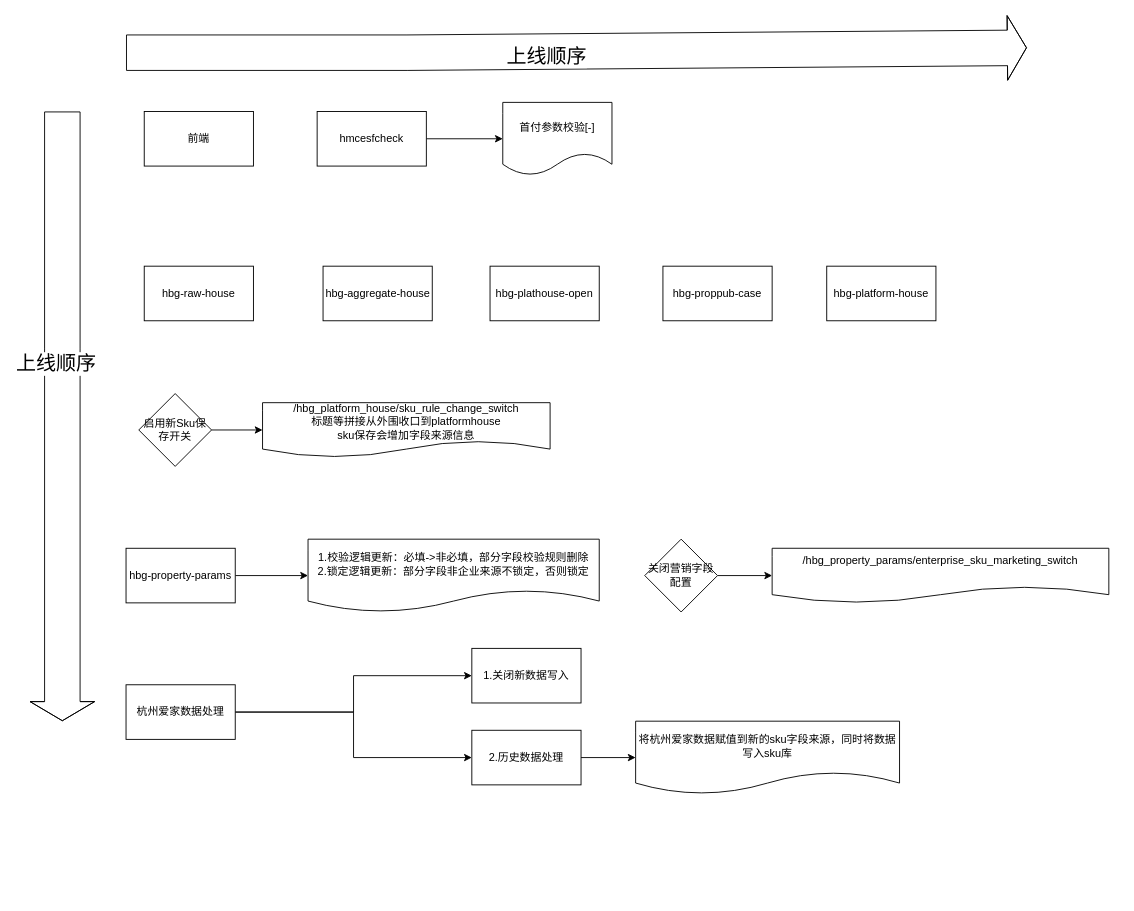
The draw.io diagram sku/sku规则改造上线流程.drawio in guyukou/drawio, before the edit. Source tidied: cells renumbered, new cells numbered last; positions are measured from the earlier drawing's top-left corner, leaving out a move shared by most shapes. Both pictures are drawn from the tidied source at 91%, with x=0, y=0 at pixel (62, 47).
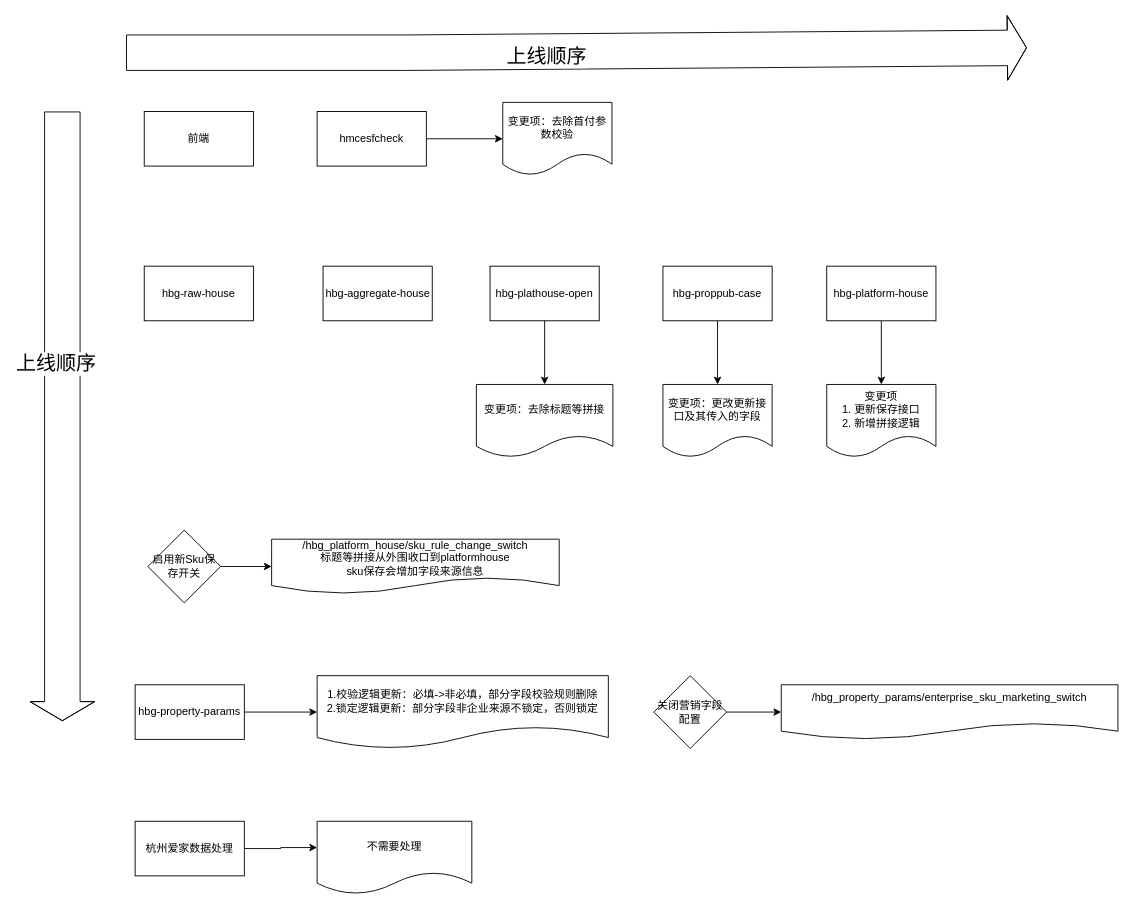
After the change.

Commit message:
Update sku规则改造上线流程.drawio

The change refers to these unchanged cells:
```xml
<mxCell id="5" value="hbg-platform-house" style="rounded=0;whiteSpace=wrap;html=1;" parent="1" vertex="1">
  <mxGeometry x="840" y="240" width="120" height="60" as="geometry" />
</mxCell>
<mxCell id="6" value="hbg-plathouse-open" style="rounded=0;whiteSpace=wrap;html=1;" parent="1" vertex="1">
  <mxGeometry x="470" y="240" width="120" height="60" as="geometry" />
</mxCell>
<mxCell id="9" value="hbg-proppub-case" style="rounded=0;whiteSpace=wrap;html=1;" parent="1" vertex="1">
  <mxGeometry x="660" y="240" width="120" height="60" as="geometry" />
</mxCell>
```

Change to the diagram source:
```diff
@@
+    <mxCell id="31" style="edgeStyle=orthogonalEdgeStyle;rounded=0;jettySize=auto;html=1;strokeColor=default;strokeWidth=1;fontSize=12;" parent="1" edge="1" source="5" target="37">
+      <mxGeometry relative="1" as="geometry" />
+    </mxCell>
@@
+    <mxCell id="32" style="edgeStyle=orthogonalEdgeStyle;rounded=0;jettySize=auto;html=1;strokeColor=default;strokeWidth=1;fontSize=12;" parent="1" edge="1" source="6" target="35">
+      <mxGeometry relative="1" as="geometry" />
+    </mxCell>
@@
     <mxCell id="8" value="hbg-property-params" style="rounded=0;whiteSpace=wrap;html=1;" parent="1" vertex="1">
-      <mxGeometry x="70" y="550" width="120" height="60" as="geometry" />
+      <mxGeometry x="80" y="700" width="120" height="60" as="geometry" />
     </mxCell>
+    <mxCell id="33" style="edgeStyle=orthogonalEdgeStyle;rounded=0;jettySize=auto;html=1;strokeColor=default;strokeWidth=1;fontSize=12;" parent="1" edge="1" source="9" target="36">
+      <mxGeometry relative="1" as="geometry" />
+    </mxCell>
@@
-    <mxCell id="11" value="首付参数校验[-]" style="shape=document;whiteSpace=wrap;html=1;boundedLbl=1;rounded=0;" parent="1" vertex="1">
+    <mxCell id="11" value="变更项：去除首付参数校验" style="shape=document;whiteSpace=wrap;html=1;boundedLbl=1;rounded=0;" parent="1" vertex="1">
       <mxGeometry x="484" y="60" width="120" height="80" as="geometry" />
     </mxCell>
@@
     <mxCell id="13" value="启用新Sku保存开关" style="rhombus;whiteSpace=wrap;html=1;" parent="1" vertex="1">
-      <mxGeometry x="84" y="380" width="80" height="80" as="geometry" />
+      <mxGeometry x="94" y="530" width="80" height="80" as="geometry" />
     </mxCell>
     <mxCell id="14" value="1.校验逻辑更新：必填-&amp;gt;非必填，部分字段校验规则删除&lt;br&gt;2.锁定逻辑更新：部分字段非企业来源不锁定，否则锁定" style="shape=document;whiteSpace=wrap;html=1;boundedLbl=1;rounded=0;" parent="1" vertex="1">
-      <mxGeometry x="270" y="540" width="320" height="80" as="geometry" />
+      <mxGeometry x="280" y="690" width="320" height="80" as="geometry" />
     </mxCell>
@@
     <mxCell id="18" value="关闭营销字段配置" style="rhombus;whiteSpace=wrap;html=1;fontSize=12;" parent="1" vertex="1">
-      <mxGeometry x="640" y="540" width="80" height="80" as="geometry" />
+      <mxGeometry x="650" y="690" width="80" height="80" as="geometry" />
     </mxCell>
     <mxCell id="19" value="&lt;div&gt;/hbg_property_params/enterprise_sku_marketing_switch&lt;/div&gt;&lt;div&gt;&lt;br&gt;&lt;/div&gt;" style="shape=document;whiteSpace=wrap;html=1;boundedLbl=1;" parent="1" vertex="1">
-      <mxGeometry x="780" y="550" width="370" height="60" as="geometry" />
+      <mxGeometry x="790" y="700" width="370" height="60" as="geometry" />
     </mxCell>
     <mxCell id="20" value="&lt;div&gt;/hbg_platform_house/sku_rule_change_switch&lt;/div&gt;&lt;div&gt;标题等拼接从外围收口到platformhouse&lt;br&gt;sku保存会增加字段来源信息&lt;/div&gt;" style="shape=document;whiteSpace=wrap;html=1;boundedLbl=1;" parent="1" vertex="1">
-      <mxGeometry x="220" y="390" width="316" height="60" as="geometry" />
+      <mxGeometry x="230" y="540" width="316" height="60" as="geometry" />
     </mxCell>
@@
-    <mxCell id="22" style="edgeStyle=orthogonalEdgeStyle;rounded=0;jettySize=auto;html=1;strokeColor=default;strokeWidth=1;fontSize=12;" parent="1" edge="1" source="24" target="27">
-      <mxGeometry relative="1" as="geometry" />
-    </mxCell>
-    <mxCell id="23" style="edgeStyle=orthogonalEdgeStyle;rounded=0;jettySize=auto;html=1;strokeColor=default;strokeWidth=1;fontSize=12;" parent="1" edge="1" source="24" target="28">
-      <mxGeometry relative="1" as="geometry" />
-    </mxCell>
+    <mxCell id="34" style="edgeStyle=orthogonalEdgeStyle;rounded=0;jettySize=auto;html=1;strokeColor=default;strokeWidth=1;fontSize=12;entryX=0;entryY=0.361;entryDx=0;entryDy=0;entryPerimeter=0;" parent="1" edge="1" source="24" target="25">
+      <mxGeometry relative="1" as="geometry" />
+    </mxCell>
     <mxCell id="24" value="杭州爱家数据处理" style="rounded=0;whiteSpace=wrap;html=1;fontSize=12;" parent="1" vertex="1">
-      <mxGeometry x="70" y="700" width="120" height="60" as="geometry" />
+      <mxGeometry x="80" y="850" width="120" height="60" as="geometry" />
     </mxCell>
-    <mxCell id="25" value="将杭州爱家数据赋值到新的sku字段来源，同时将数据写入sku库" style="shape=document;whiteSpace=wrap;html=1;boundedLbl=1;rounded=0;" parent="1" vertex="1">
-      <mxGeometry x="630" y="740" width="290" height="80" as="geometry" />
+    <mxCell id="25" value="不需要处理" style="shape=document;whiteSpace=wrap;html=1;boundedLbl=1;rounded=0;" parent="1" vertex="1">
+      <mxGeometry x="280" y="850" width="170" height="80" as="geometry" />
     </mxCell>
-    <mxCell id="26" style="edgeStyle=orthogonalEdgeStyle;rounded=0;jettySize=auto;html=1;entryX=0;entryY=0.5;entryDx=0;entryDy=0;strokeColor=default;strokeWidth=1;fontSize=12;" parent="1" edge="1" source="27" target="25">
-      <mxGeometry relative="1" as="geometry" />
-    </mxCell>
-    <mxCell id="27" value="2.历史数据处理" style="rounded=0;whiteSpace=wrap;html=1;" parent="1" vertex="1">
-      <mxGeometry x="450" y="750" width="120" height="60" as="geometry" />
-    </mxCell>
-    <mxCell id="28" value="1.关闭新数据写入" style="whiteSpace=wrap;html=1;rounded=0;" parent="1" vertex="1">
-      <mxGeometry x="450" y="660" width="120" height="60" as="geometry" />
-    </mxCell>
@@
+    <mxCell id="35" value="变更项：去除标题等拼接" style="shape=document;whiteSpace=wrap;html=1;boundedLbl=1;rounded=0;" parent="1" vertex="1">
+      <mxGeometry x="455" y="370" width="150" height="80" as="geometry" />
+    </mxCell>
+    <mxCell id="36" value="变更项：更改更新接口及其传入的字段" style="shape=document;whiteSpace=wrap;html=1;boundedLbl=1;rounded=0;" parent="1" vertex="1">
+      <mxGeometry x="660" y="370" width="120" height="80" as="geometry" />
+    </mxCell>
+    <mxCell id="37" value="变更项&lt;br&gt;1. 更新保存接口&lt;br&gt;2. 新增拼接逻辑" style="shape=document;whiteSpace=wrap;html=1;boundedLbl=1;rounded=0;" parent="1" vertex="1">
+      <mxGeometry x="840" y="370" width="120" height="80" as="geometry" />
+    </mxCell>
```
